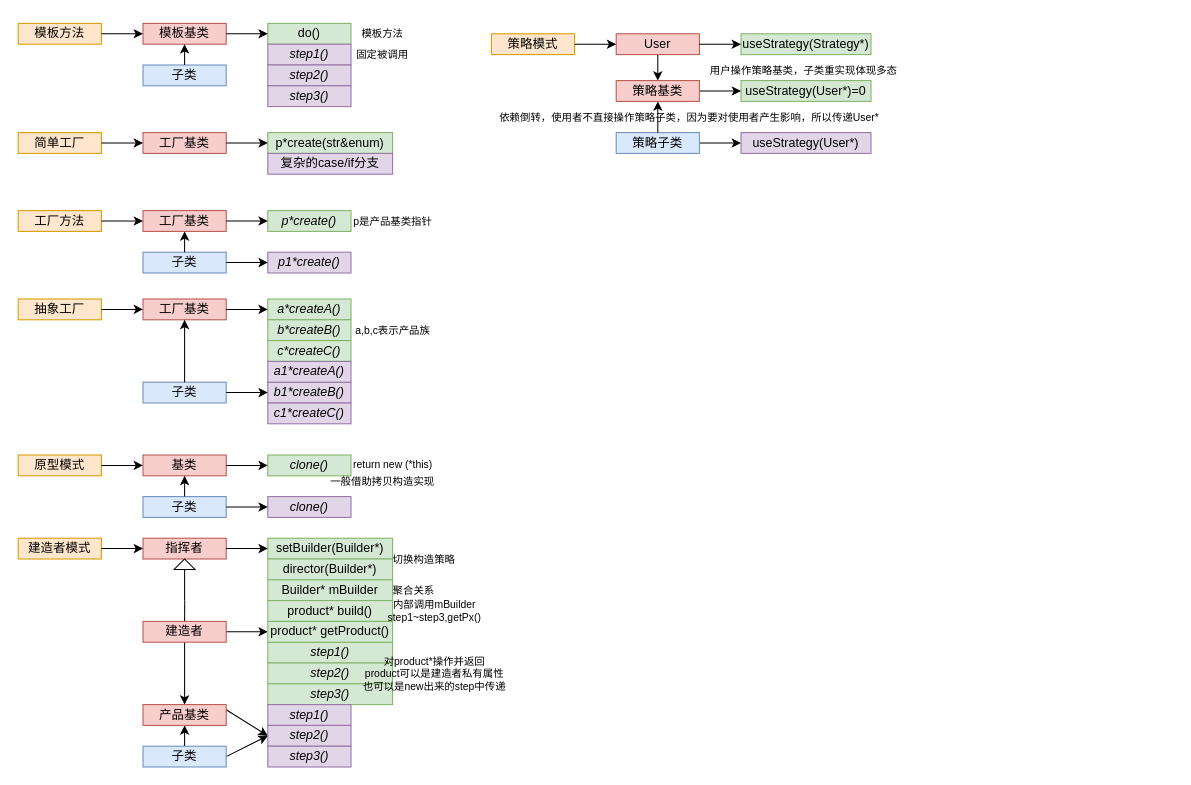
The draw.io diagram designMode.drawio in chenbei97/C--DesignMode, before the edit. Source tidied: cells renumbered, new cells numbered last; positions are measured from the earlier drawing's top-left corner, leaving out a move shared by most shapes. Both pictures are drawn from the tidied source at 104%, with x=0, y=0 at pixel (18, 18).
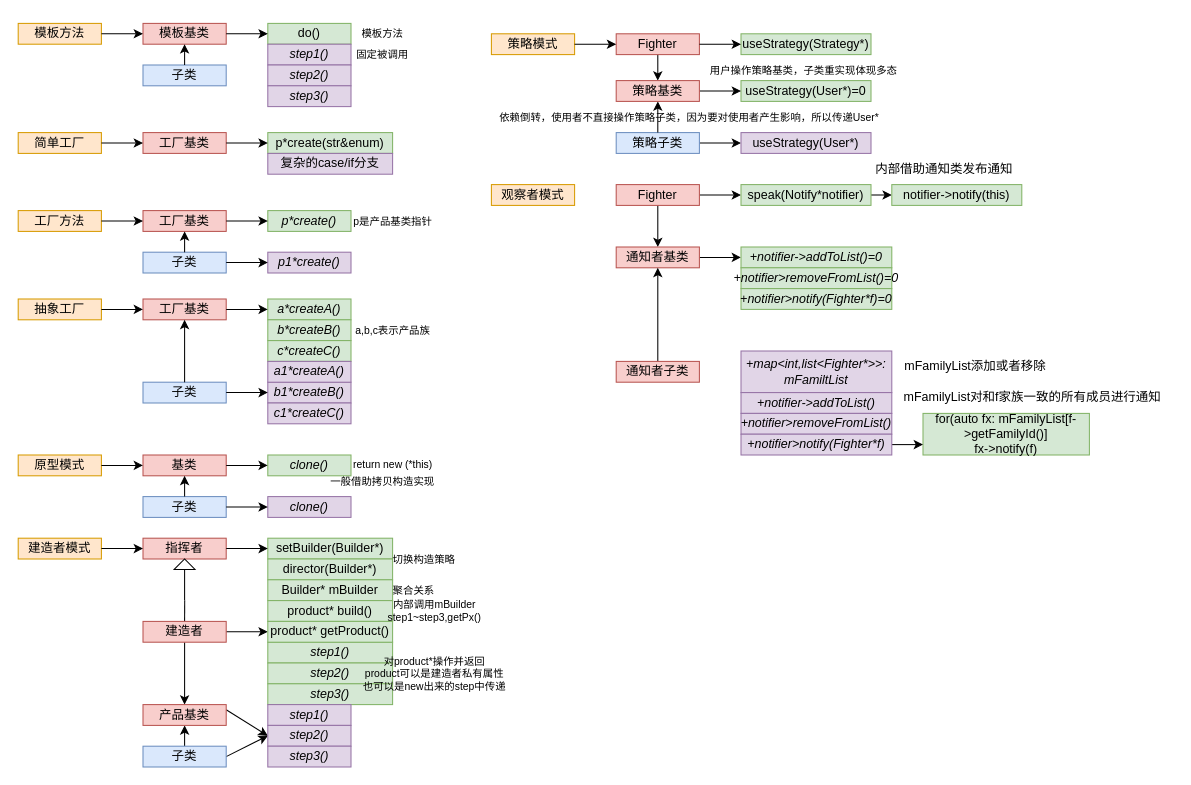
After the change.

Change to the diagram source:
```diff
@@
-    <mxCell id="93" value="User" style="whiteSpace=wrap;html=1;fillColor=#f8cecc;strokeColor=#b85450;" parent="1" vertex="1">
+    <mxCell id="93" value="Fighter" style="whiteSpace=wrap;html=1;fillColor=#f8cecc;strokeColor=#b85450;" parent="1" vertex="1">
       <mxGeometry x="575" y="15" width="80" height="20" as="geometry" />
     </mxCell>
@@
+    <mxCell id="106" value="观察者模式" style="whiteSpace=wrap;html=1;fillColor=#ffe6cc;strokeColor=#d79b00;" parent="1" vertex="1">
+      <mxGeometry x="455" y="160" width="80" height="20" as="geometry" />
+    </mxCell>
+    <mxCell id="107" style="edgeStyle=none;html=1;exitX=0.5;exitY=1;exitDx=0;exitDy=0;entryX=0.5;entryY=0;entryDx=0;entryDy=0;" parent="1" edge="1" source="109" target="113">
+      <mxGeometry relative="1" as="geometry" />
+    </mxCell>
+    <mxCell id="108" style="edgeStyle=none;html=1;exitX=1;exitY=0.5;exitDx=0;exitDy=0;entryX=0;entryY=0.5;entryDx=0;entryDy=0;" parent="1" edge="1" source="109" target="111">
+      <mxGeometry relative="1" as="geometry" />
+    </mxCell>
+    <mxCell id="109" value="Fighter" style="whiteSpace=wrap;html=1;fillColor=#f8cecc;strokeColor=#b85450;" parent="1" vertex="1">
+      <mxGeometry x="575" y="160" width="80" height="20" as="geometry" />
+    </mxCell>
+    <mxCell id="110" style="edgeStyle=none;html=1;exitX=1;exitY=0.5;exitDx=0;exitDy=0;entryX=0;entryY=0.5;entryDx=0;entryDy=0;" parent="1" edge="1" source="111" target="116">
+      <mxGeometry relative="1" as="geometry" />
+    </mxCell>
+    <mxCell id="111" value="speak(Notify*notifier)" style="whiteSpace=wrap;html=1;fillColor=#d5e8d4;strokeColor=#82b366;" parent="1" vertex="1">
+      <mxGeometry x="695" y="160" width="125" height="20" as="geometry" />
+    </mxCell>
+    <mxCell id="112" style="edgeStyle=none;html=1;exitX=1;exitY=0.5;exitDx=0;exitDy=0;entryX=0;entryY=0.5;entryDx=0;entryDy=0;" parent="1" edge="1" source="113" target="117">
+      <mxGeometry relative="1" as="geometry" />
+    </mxCell>
+    <mxCell id="113" value="通知者基类" style="whiteSpace=wrap;html=1;fillColor=#f8cecc;strokeColor=#b85450;" parent="1" vertex="1">
+      <mxGeometry x="575" y="220" width="80" height="20" as="geometry" />
+    </mxCell>
+    <mxCell id="114" style="edgeStyle=none;html=1;exitX=0.5;exitY=0;exitDx=0;exitDy=0;entryX=0.5;entryY=1;entryDx=0;entryDy=0;" parent="1" edge="1" source="115" target="113">
+      <mxGeometry relative="1" as="geometry" />
+    </mxCell>
+    <mxCell id="115" value="通知者子类" style="whiteSpace=wrap;html=1;fillColor=#f8cecc;strokeColor=#b85450;" parent="1" vertex="1">
+      <mxGeometry x="575" y="330" width="80" height="20" as="geometry" />
+    </mxCell>
+    <mxCell id="116" value="notifier-&amp;gt;notify(this)" style="whiteSpace=wrap;html=1;fillColor=#d5e8d4;strokeColor=#82b366;" parent="1" vertex="1">
+      <mxGeometry x="840" y="160" width="125" height="20" as="geometry" />
+    </mxCell>
+    <mxCell id="117" value="&lt;i&gt;+notifier-&amp;gt;addToList()=0&lt;/i&gt;" style="whiteSpace=wrap;html=1;fillColor=#d5e8d4;strokeColor=#82b366;" parent="1" vertex="1">
+      <mxGeometry x="695" y="220" width="145" height="20" as="geometry" />
+    </mxCell>
+    <mxCell id="118" value="&lt;i&gt;+notifier&amp;gt;removeFromList()=0&lt;/i&gt;" style="whiteSpace=wrap;html=1;fillColor=#d5e8d4;strokeColor=#82b366;" parent="1" vertex="1">
+      <mxGeometry x="695" y="240" width="145" height="20" as="geometry" />
+    </mxCell>
+    <mxCell id="119" value="&lt;i&gt;+notifier&amp;gt;notify(Fighter*f)=0&lt;/i&gt;" style="whiteSpace=wrap;html=1;fillColor=#d5e8d4;strokeColor=#82b366;" parent="1" vertex="1">
+      <mxGeometry x="695" y="260" width="145" height="20" as="geometry" />
+    </mxCell>
+    <mxCell id="120" value="for(auto fx: mFamilyList[f-&amp;gt;getFamilyId()]&lt;br&gt;fx-&amp;gt;notify(f)" style="whiteSpace=wrap;html=1;fillColor=#d5e8d4;strokeColor=#82b366;" parent="1" vertex="1">
+      <mxGeometry x="870" y="380" width="160" height="40" as="geometry" />
+    </mxCell>
+    <mxCell id="121" value="内部借助通知类发布通知" style="text;html=1;align=center;verticalAlign=middle;strokeColor=none;fillColor=none;" parent="1" vertex="1">
+      <mxGeometry x="810" y="130" width="160" height="30" as="geometry" />
+    </mxCell>
+    <mxCell id="122" value="&lt;span style=&quot;&quot;&gt;mFamilyList添加或者移除&lt;/span&gt;" style="text;html=1;align=center;verticalAlign=middle;strokeColor=none;fillColor=none;" parent="1" vertex="1">
+      <mxGeometry x="840" y="320" width="160" height="30" as="geometry" />
+    </mxCell>
+    <mxCell id="123" value="&lt;span style=&quot;&quot;&gt;mFamilyList对和f家族一致的所有成员进行通知&lt;/span&gt;" style="text;html=1;align=center;verticalAlign=middle;strokeColor=none;fillColor=none;" parent="1" vertex="1">
+      <mxGeometry x="840" y="350" width="270" height="30" as="geometry" />
+    </mxCell>
+    <mxCell id="124" value="&lt;i&gt;+map&amp;lt;int,list&amp;lt;Fighter*&amp;gt;&amp;gt;:&lt;br&gt;mFamiltList&lt;br&gt;&lt;/i&gt;" style="whiteSpace=wrap;html=1;fillColor=#e1d5e7;strokeColor=#9673a6;" parent="1" vertex="1">
+      <mxGeometry x="695" y="320" width="145" height="40" as="geometry" />
+    </mxCell>
+    <mxCell id="125" value="&lt;i&gt;+notifier-&amp;gt;addToList()&lt;/i&gt;" style="whiteSpace=wrap;html=1;fillColor=#e1d5e7;strokeColor=#9673a6;" parent="1" vertex="1">
+      <mxGeometry x="695" y="360" width="145" height="20" as="geometry" />
+    </mxCell>
+    <mxCell id="126" value="&lt;i&gt;+notifier&amp;gt;removeFromList()&lt;/i&gt;" style="whiteSpace=wrap;html=1;fillColor=#e1d5e7;strokeColor=#9673a6;" parent="1" vertex="1">
+      <mxGeometry x="695" y="380" width="145" height="20" as="geometry" />
+    </mxCell>
+    <mxCell id="127" style="edgeStyle=none;html=1;exitX=1;exitY=0.5;exitDx=0;exitDy=0;entryX=0;entryY=0.75;entryDx=0;entryDy=0;" parent="1" edge="1" source="128" target="120">
+      <mxGeometry relative="1" as="geometry" />
+    </mxCell>
+    <mxCell id="128" value="&lt;i&gt;+notifier&amp;gt;notify(Fighter*f)&lt;/i&gt;" style="whiteSpace=wrap;html=1;fillColor=#e1d5e7;strokeColor=#9673a6;" parent="1" vertex="1">
+      <mxGeometry x="695" y="400" width="145" height="20" as="geometry" />
+    </mxCell>
```
